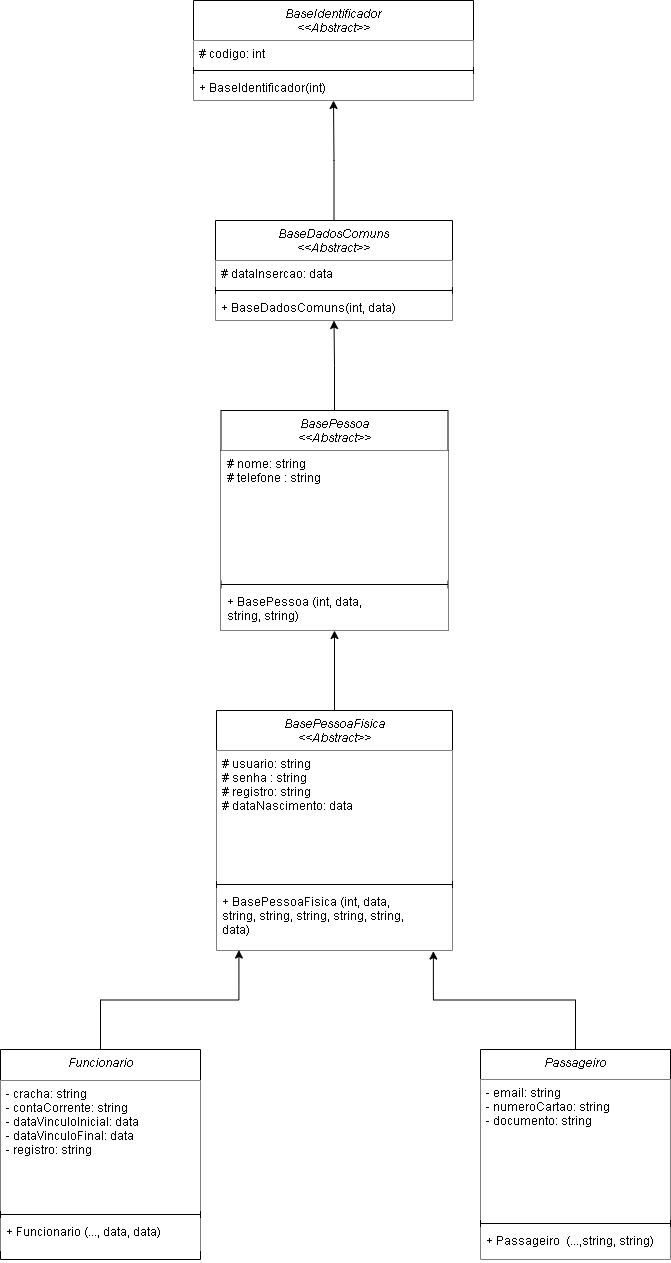
The draw.io diagram DIAGRAMA ATIVIDADE 04.drawio.png in LipeCoelho21/atividade-04, before a commit. Source tidied: cells renumbered, new cells last; positions are measured from the earlier drawing's top-left corner, leaving out a move shared by most shapes.
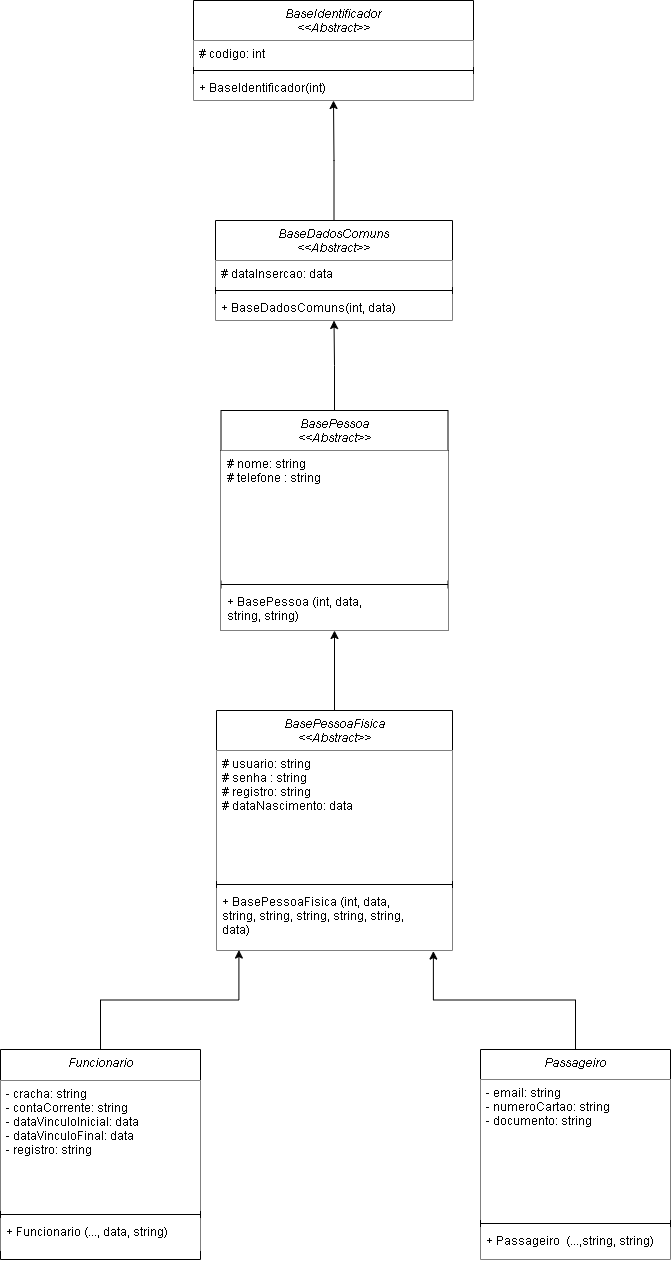
After the change.

Change to the diagram source:
```diff
@@ -86,7 +86,7 @@
     <mxCell id="29" style="line;html=1;strokeWidth=1;align=left;verticalAlign=middle;spacingTop=-1;spacingLeft=3;spacingRight=3;labelPosition=right;" parent="27" vertex="1">
       <mxGeometry y="161" width="200" height="8" as="geometry" />
     </mxCell>
-    <mxCell id="30" value="+ Funcionario (..., data, data)" style="text;align=left;verticalAlign=top;spacingLeft=4;spacingRight=4;overflow=hidden;fillColor=default;" parent="27" vertex="1">
+    <mxCell id="30" value="+ Funcionario (..., data, string)" style="text;align=left;verticalAlign=top;spacingLeft=4;spacingRight=4;overflow=hidden;fillColor=default;" parent="27" vertex="1">
       <mxGeometry y="169" width="200" height="32" as="geometry" />
     </mxCell>
   </root>
```
